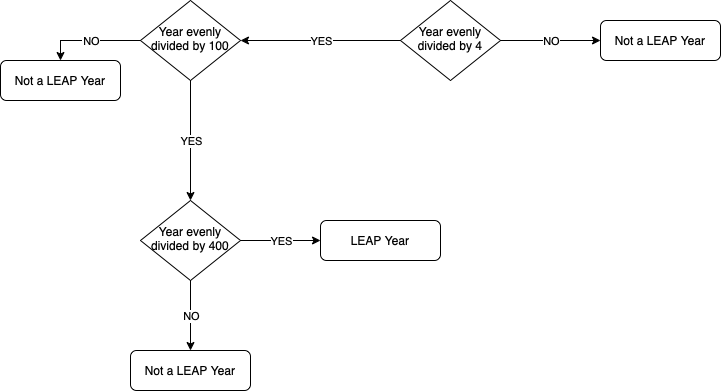
The draw.io diagram Leap Year.drawio.png in antoniaandreou/100_days_of_python, before a commit. Source tidied: cells renumbered, new cells last; positions are measured from the earlier drawing's top-left corner, leaving out a move shared by most shapes.
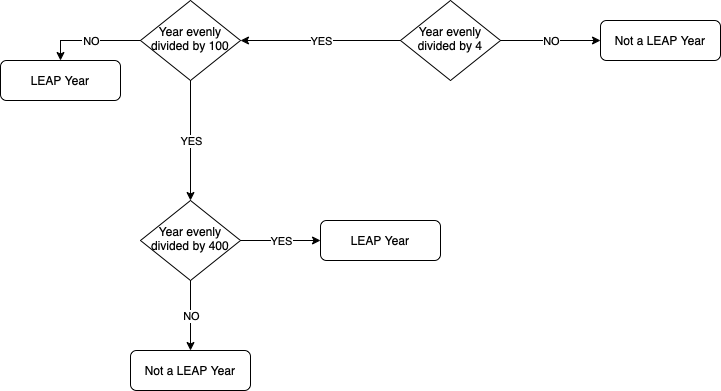
Above is the later version.

Diff of the diagram source:
```diff
@@ -65,7 +65,7 @@
     <mxCell id="20" value="YES" style="edgeLabel;html=1;align=center;verticalAlign=middle;fontSize=11;" parent="19" vertex="1">
       <mxGeometry relative="1" as="geometry" />
     </mxCell>
-    <mxCell id="21" value="Not a LEAP Year" style="rounded=1;whiteSpace=wrap;html=1;fontSize=12;glass=0;strokeWidth=1;shadow=0;" parent="1" vertex="1">
+    <mxCell id="21" value="LEAP Year" style="rounded=1;whiteSpace=wrap;html=1;fontSize=12;glass=0;strokeWidth=1;shadow=0;" parent="1" vertex="1">
       <mxGeometry y="60" width="120" height="40" as="geometry" />
     </mxCell>
   </root>
```
